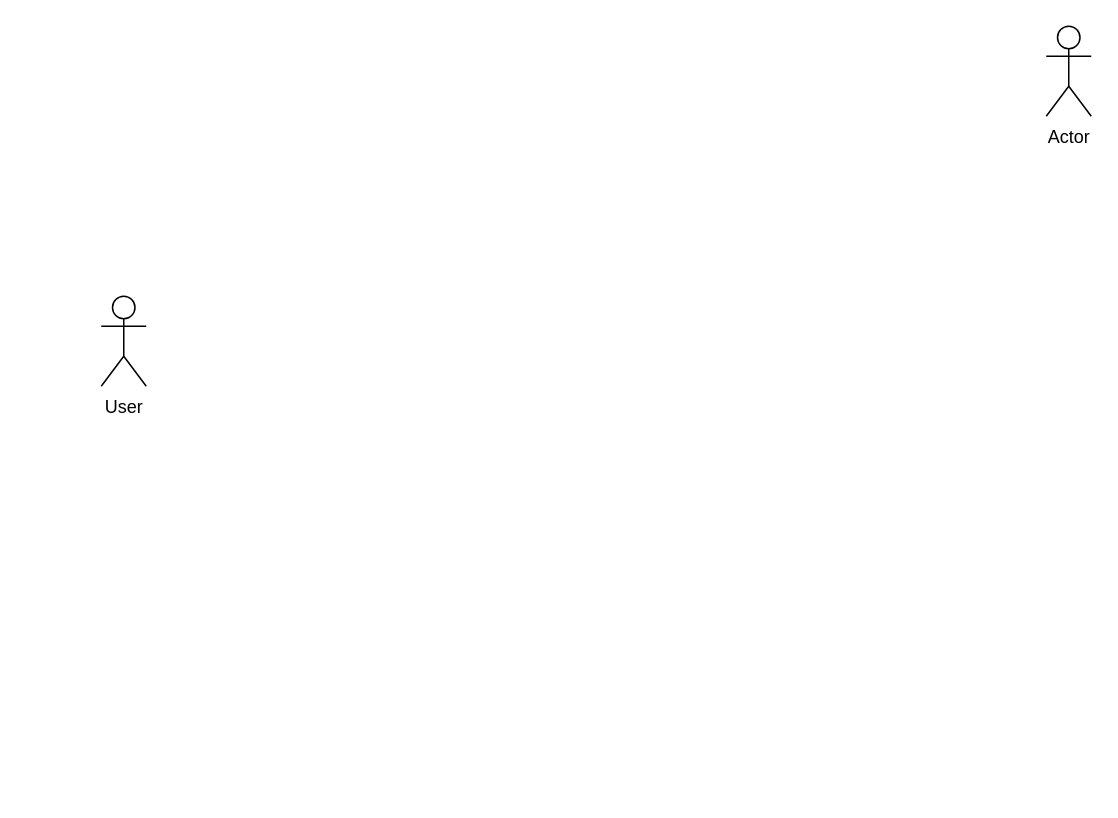
The draw.io diagram Usecase.drawio in astrrr/Right-posture, before the edit. Source tidied: cells renumbered, new cells numbered last; positions are measured from the earlier drawing's top-left corner, leaving out a move shared by most shapes. Both pictures are drawn from the tidied source at 150%, with x=0, y=0 at pixel (100, 26).
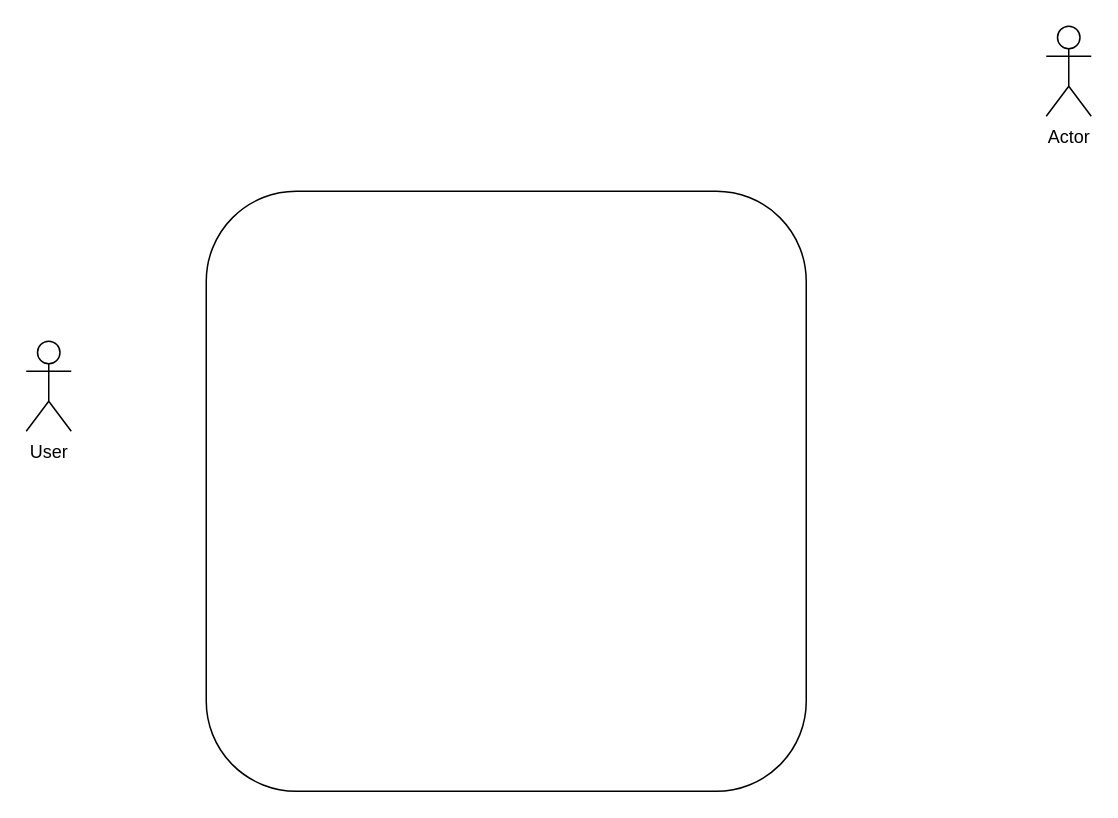
Above is the later version.

What changed in the source:
```diff
@@
 <mxGraphModel>
   <root>
     <mxCell id="0" />
     <mxCell id="1" parent="0" />
     <mxCell id="2" value="User&lt;br&gt;" style="shape=umlActor;verticalLabelPosition=bottom;verticalAlign=top;html=1;" parent="1" vertex="1">
-      <mxGeometry y="180" width="30" height="60" as="geometry" />
+      <mxGeometry x="-50" y="210" width="30" height="60" as="geometry" />
     </mxCell>
     <mxCell id="3" value="Actor" style="shape=umlActor;verticalLabelPosition=bottom;verticalAlign=top;html=1;" parent="1" vertex="1">
       <mxGeometry x="630" width="30" height="60" as="geometry" />
     </mxCell>
+    <mxCell id="4" style="whiteSpace=wrap;html=1;rounded=1;" parent="1" vertex="1">
+      <mxGeometry x="70" y="110" width="400" height="400" as="geometry" />
+    </mxCell>
   </root>
 </mxGraphModel>
```
